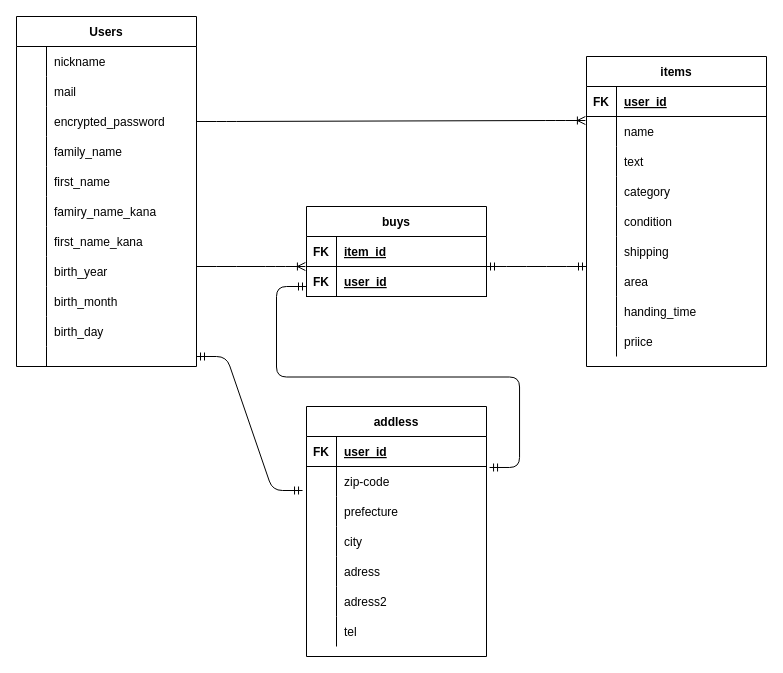
Above: furima.dio in sryuri/furima-36995 (draw.io), before the change. Source tidied: cells renumbered, new cells numbered last; positions are measured from the earlier drawing's top-left corner, leaving out a move shared by most shapes. Both pictures are drawn from the tidied source at 100%, with x=0, y=0 at pixel (16, 16).
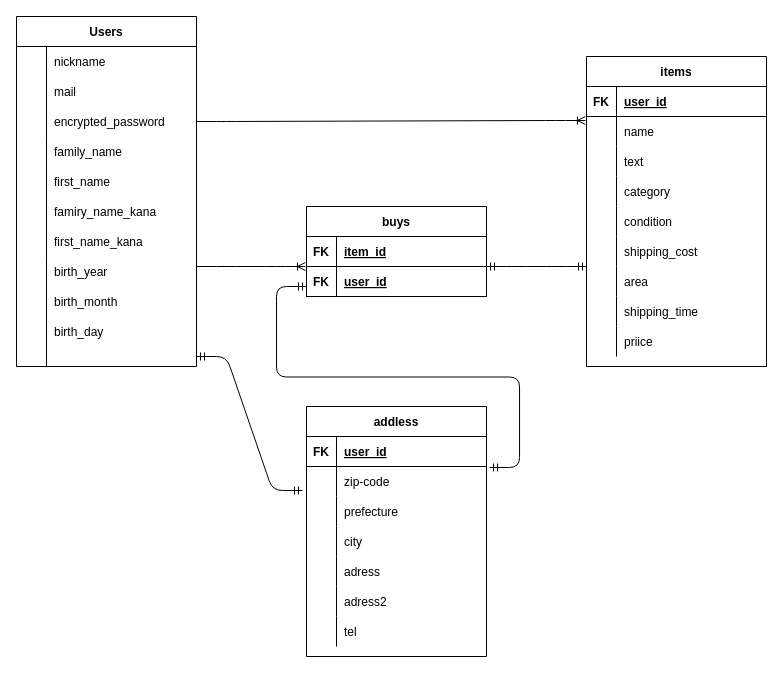
The same page after the edit.

Unchanged cells that the change refers to:
```xml
<mxCell id="74" style="shape=partialRectangle;fillColor=none;top=0;left=0;bottom=0;right=0;" parent="58" vertex="1">
  <mxGeometry y="180" width="180" height="30" as="geometry" />
</mxCell>
<mxCell id="80" style="shape=partialRectangle;fillColor=none;top=0;left=0;bottom=0;right=0;" parent="58" vertex="1">
  <mxGeometry y="240" width="180" height="30" as="geometry" />
</mxCell>
```

Diff of the diagram source:
```diff
@@
-    <mxCell id="76" value="shipping" style="shape=partialRectangle;fillColor=none;top=0;left=0;bottom=0;right=0;align=left;spacingLeft=6;overflow=hidden;" parent="74" vertex="1">
+    <mxCell id="76" value="shipping_cost" style="shape=partialRectangle;fillColor=none;top=0;left=0;bottom=0;right=0;align=left;spacingLeft=6;overflow=hidden;" parent="74" vertex="1">
       <mxGeometry x="30" width="150" height="30" as="geometry" />
     </mxCell>
@@
-    <mxCell id="82" value="handing_time" style="shape=partialRectangle;fillColor=none;top=0;left=0;bottom=0;right=0;align=left;spacingLeft=6;overflow=hidden;" parent="80" vertex="1">
+    <mxCell id="82" value="shipping_time" style="shape=partialRectangle;fillColor=none;top=0;left=0;bottom=0;right=0;align=left;spacingLeft=6;overflow=hidden;" parent="80" vertex="1">
       <mxGeometry x="30" width="150" height="30" as="geometry" />
     </mxCell>
```
